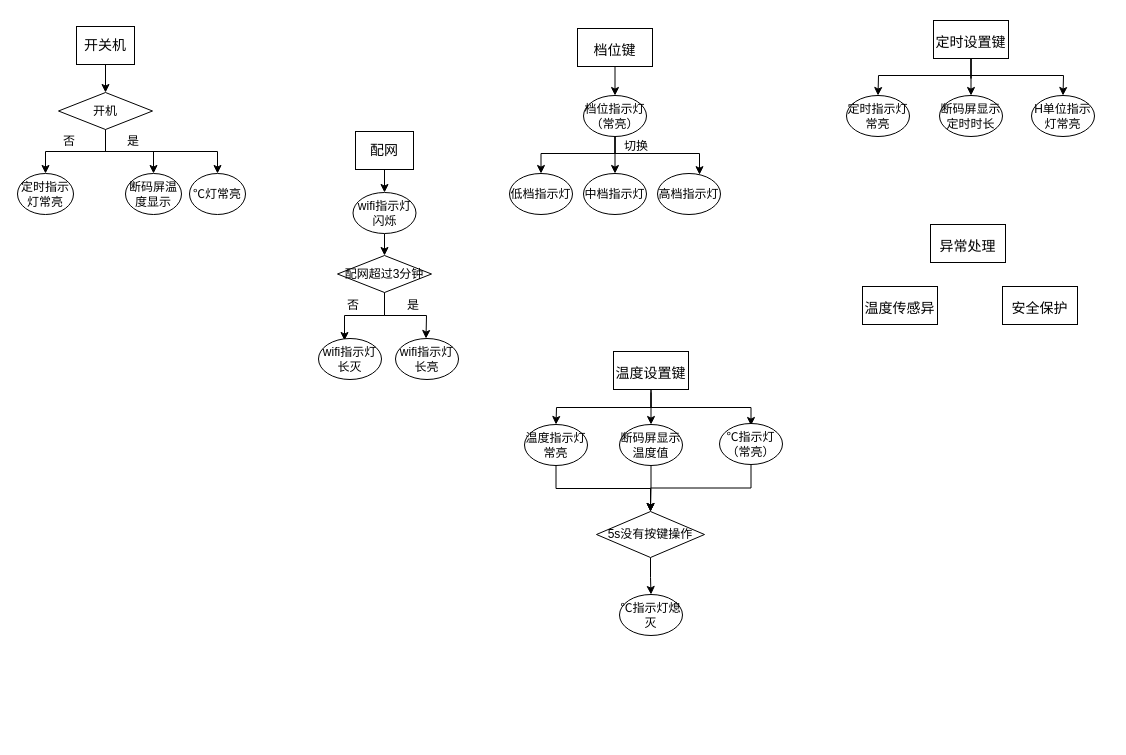
Before: led_frame.drawio in JeffYec/Jeff, a draw.io diagram. Source tidied: cells renumbered, new cells numbered last; positions are measured from the earlier drawing's top-left corner, leaving out a move shared by most shapes. Both pictures are drawn from the tidied source at 100%, with x=0, y=0 at pixel (17, 20).
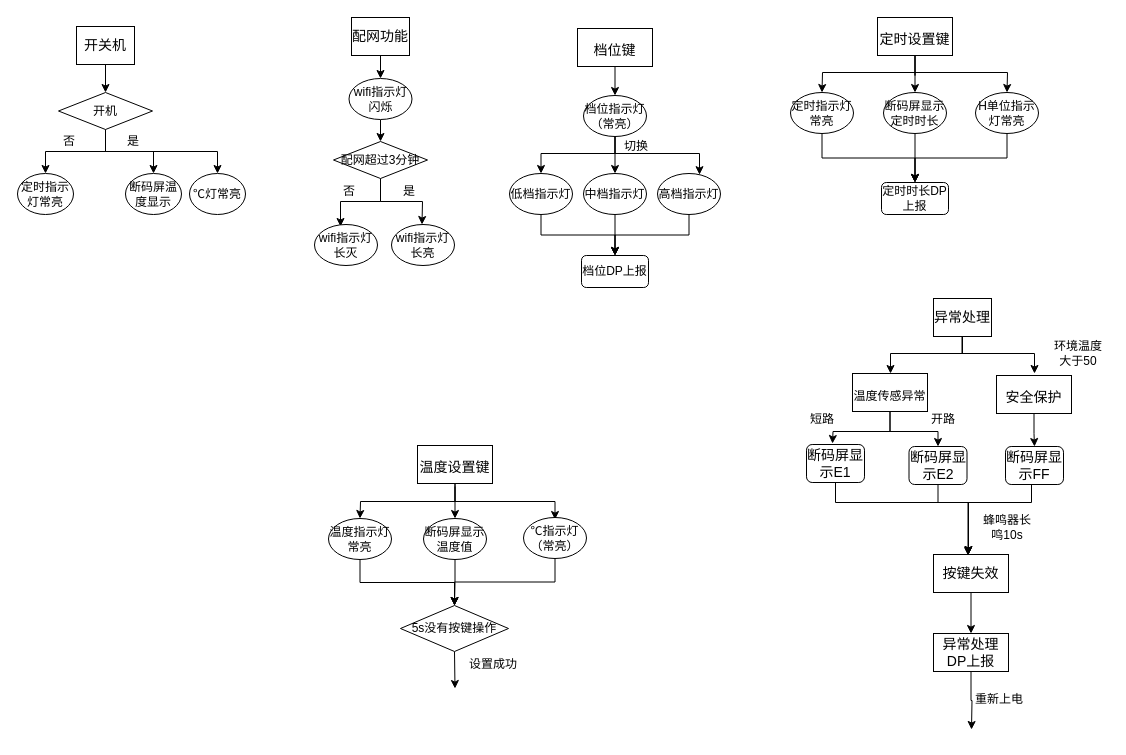
The same page after the edit.

Unchanged cells that the change refers to:
```xml
<mxCell id="25" value="低档指示灯" style="ellipse;whiteSpace=wrap;html=1;" parent="1" vertex="1">
  <mxGeometry x="492" y="153" width="63" height="41" as="geometry" />
</mxCell>
<mxCell id="26" value="中档指示灯" style="ellipse;whiteSpace=wrap;html=1;" parent="1" vertex="1">
  <mxGeometry x="566" y="153" width="63" height="41" as="geometry" />
</mxCell>
<mxCell id="27" value="高档指示灯" style="ellipse;whiteSpace=wrap;html=1;" parent="1" vertex="1">
  <mxGeometry x="640" y="153" width="63" height="41" as="geometry" />
</mxCell>
```

The edit, as a diff of the source:
```diff
@@
     <mxCell id="6" style="edgeStyle=orthogonalEdgeStyle;rounded=0;jettySize=auto;html=1;" parent="1" edge="1" source="9" target="30">
       <mxGeometry relative="1" as="geometry">
         <Array as="points">
-          <mxPoint x="634" y="387" />
-          <mxPoint x="539" y="387" />
+          <mxPoint x="438" y="481" />
+          <mxPoint x="343" y="481" />
         </Array>
       </mxGeometry>
     </mxCell>
     <mxCell id="7" style="edgeStyle=orthogonalEdgeStyle;rounded=0;orthogonalLoop=1;jettySize=auto;html=1;exitX=0.5;exitY=1;exitDx=0;exitDy=0;" parent="1" edge="1">
       <mxGeometry relative="1" as="geometry">
-        <mxPoint x="633.5" y="372" as="sourcePoint" />
-        <mxPoint x="733.5" y="405" as="targetPoint" />
+        <mxPoint x="437.5" y="466" as="sourcePoint" />
+        <mxPoint x="537.5" y="499" as="targetPoint" />
         <Array as="points">
-          <mxPoint x="634" y="387" />
-          <mxPoint x="734" y="387" />
+          <mxPoint x="438" y="481" />
+          <mxPoint x="538" y="481" />
         </Array>
       </mxGeometry>
     </mxCell>
@@
     <mxCell id="9" value="&lt;span style=&quot;font-size: 14px&quot;&gt;温度设置键&lt;/span&gt;" style="rounded=0;whiteSpace=wrap;html=1;fontSize=24;" parent="1" vertex="1">
-      <mxGeometry x="596" y="331" width="75" height="38" as="geometry" />
+      <mxGeometry x="400" y="425" width="75" height="38" as="geometry" />
     </mxCell>
@@
     <mxCell id="11" style="edgeStyle=orthogonalEdgeStyle;rounded=0;jettySize=auto;html=1;exitX=0.5;exitY=1;exitDx=0;exitDy=0;" parent="1" edge="1" source="13" target="43">
       <mxGeometry relative="1" as="geometry">
         <Array as="points">
-          <mxPoint x="954" y="55" />
-          <mxPoint x="861" y="55" />
+          <mxPoint x="898" y="52" />
+          <mxPoint x="805" y="52" />
         </Array>
       </mxGeometry>
     </mxCell>
     <mxCell id="12" style="edgeStyle=orthogonalEdgeStyle;rounded=0;jettySize=auto;html=1;exitX=0.5;exitY=1;exitDx=0;exitDy=0;" parent="1" edge="1" source="13" target="44">
       <mxGeometry relative="1" as="geometry">
         <Array as="points">
-          <mxPoint x="954" y="55" />
-          <mxPoint x="1046" y="55" />
+          <mxPoint x="898" y="52" />
+          <mxPoint x="990" y="52" />
         </Array>
       </mxGeometry>
     </mxCell>
     <mxCell id="13" value="&lt;font style=&quot;font-size: 14px&quot;&gt;定时设置键&lt;/font&gt;" style="rounded=0;whiteSpace=wrap;html=1;fontSize=24;" parent="1" vertex="1">
-      <mxGeometry x="916" width="75" height="38" as="geometry" />
+      <mxGeometry x="860" y="-3" width="75" height="38" as="geometry" />
     </mxCell>
@@
-    <mxCell id="15" value="配网" style="rounded=0;whiteSpace=wrap;html=1;fontSize=14;" parent="1" vertex="1">
-      <mxGeometry x="338" y="111" width="58" height="38" as="geometry" />
+    <mxCell id="15" value="配网功能" style="rounded=0;whiteSpace=wrap;html=1;fontSize=14;" parent="1" vertex="1">
+      <mxGeometry x="334" y="-3" width="58" height="38" as="geometry" />
     </mxCell>
@@
     <mxCell id="17" value="wifi指示灯闪烁" style="ellipse;whiteSpace=wrap;html=1;" parent="1" vertex="1">
-      <mxGeometry x="335.5" y="172" width="63" height="41" as="geometry" />
+      <mxGeometry x="331.5" y="58" width="63" height="41" as="geometry" />
     </mxCell>
@@
     <mxCell id="19" style="edgeStyle=orthogonalEdgeStyle;rounded=0;jettySize=auto;html=1;exitX=0.5;exitY=1;exitDx=0;exitDy=0;entryX=0.5;entryY=0;entryDx=0;entryDy=0;" parent="1" edge="1" source="20">
       <mxGeometry relative="1" as="geometry">
-        <mxPoint x="408.5" y="318" as="targetPoint" />
+        <mxPoint x="404.5" y="204" as="targetPoint" />
       </mxGeometry>
     </mxCell>
     <mxCell id="20" value="配网超过3分钟" style="rhombus;whiteSpace=wrap;html=1;" parent="1" vertex="1">
-      <mxGeometry x="320" y="235" width="94" height="37" as="geometry" />
+      <mxGeometry x="316" y="121" width="94" height="37" as="geometry" />
     </mxCell>
@@
+    <mxCell id="57" style="edgeStyle=orthogonalEdgeStyle;rounded=0;jettySize=auto;html=1;exitX=0.5;exitY=1;exitDx=0;exitDy=0;entryX=0.5;entryY=0;entryDx=0;entryDy=0;fontSize=12;" parent="1" edge="1" source="25" target="80">
+      <mxGeometry relative="1" as="geometry" />
+    </mxCell>
@@
+    <mxCell id="58" style="edgeStyle=orthogonalEdgeStyle;rounded=0;jettySize=auto;html=1;exitX=0.5;exitY=1;exitDx=0;exitDy=0;entryX=0.5;entryY=0;entryDx=0;entryDy=0;fontSize=12;" parent="1" edge="1" source="26" target="80">
+      <mxGeometry relative="1" as="geometry" />
+    </mxCell>
@@
+    <mxCell id="59" style="edgeStyle=orthogonalEdgeStyle;rounded=0;jettySize=auto;html=1;exitX=0.5;exitY=1;exitDx=0;exitDy=0;fontSize=12;" parent="1" edge="1" source="27" target="80">
+      <mxGeometry relative="1" as="geometry" />
+    </mxCell>
@@
     <mxCell id="30" value="温度指示灯常亮" style="ellipse;whiteSpace=wrap;html=1;" parent="1" vertex="1">
-      <mxGeometry x="507" y="404" width="63" height="41" as="geometry" />
+      <mxGeometry x="311" y="498" width="63" height="41" as="geometry" />
     </mxCell>
@@
     <mxCell id="32" value="℃指示灯（常亮）" style="ellipse;whiteSpace=wrap;html=1;" parent="1" vertex="1">
-      <mxGeometry x="702" y="403" width="63" height="41" as="geometry" />
+      <mxGeometry x="506" y="497" width="63" height="41" as="geometry" />
     </mxCell>
     <mxCell id="33" value="wifi指示灯长灭" style="ellipse;whiteSpace=wrap;html=1;" parent="1" vertex="1">
-      <mxGeometry x="301" y="318" width="63" height="41" as="geometry" />
+      <mxGeometry x="297" y="204" width="63" height="41" as="geometry" />
     </mxCell>
     <mxCell id="34" value="wifi指示灯长亮" style="ellipse;whiteSpace=wrap;html=1;" parent="1" vertex="1">
-      <mxGeometry x="378" y="318" width="63" height="41" as="geometry" />
+      <mxGeometry x="374" y="204" width="63" height="41" as="geometry" />
     </mxCell>
     <mxCell id="35" value="否" style="text;html=1;strokeColor=none;fillColor=none;align=center;verticalAlign=middle;whiteSpace=wrap;rounded=0;" parent="1" vertex="1">
-      <mxGeometry x="306" y="270" width="60" height="30" as="geometry" />
+      <mxGeometry x="302" y="156" width="60" height="30" as="geometry" />
     </mxCell>
     <mxCell id="36" value="是" style="text;html=1;strokeColor=none;fillColor=none;align=center;verticalAlign=middle;whiteSpace=wrap;rounded=0;" parent="1" vertex="1">
-      <mxGeometry x="366" y="270" width="60" height="30" as="geometry" />
+      <mxGeometry x="362" y="156" width="60" height="30" as="geometry" />
     </mxCell>
-    <mxCell id="37" style="edgeStyle=orthogonalEdgeStyle;rounded=0;jettySize=auto;html=1;exitX=0.5;exitY=1;exitDx=0;exitDy=0;" parent="1" edge="1" source="38" target="39">
-      <mxGeometry relative="1" as="geometry" />
+    <mxCell id="37" style="edgeStyle=orthogonalEdgeStyle;rounded=0;jettySize=auto;html=1;exitX=0.5;exitY=1;exitDx=0;exitDy=0;" parent="1" edge="1" source="38">
+      <mxGeometry relative="1" as="geometry">
+        <mxPoint x="437.5" y="668" as="targetPoint" />
+      </mxGeometry>
     </mxCell>
     <mxCell id="38" value="5s没有按键操作" style="rhombus;whiteSpace=wrap;html=1;" parent="1" vertex="1">
-      <mxGeometry x="579" y="491" width="108" height="46" as="geometry" />
+      <mxGeometry x="383" y="585" width="108" height="46" as="geometry" />
     </mxCell>
-    <mxCell id="39" value="℃指示灯熄灭" style="ellipse;whiteSpace=wrap;html=1;" parent="1" vertex="1">
-      <mxGeometry x="602" y="574" width="63" height="41" as="geometry" />
-    </mxCell>
@@
     <mxCell id="41" value="断码屏显示温度值" style="ellipse;whiteSpace=wrap;html=1;" parent="1" vertex="1">
-      <mxGeometry x="602" y="404" width="63" height="41" as="geometry" />
+      <mxGeometry x="406" y="498" width="63" height="41" as="geometry" />
     </mxCell>
+    <mxCell id="60" style="edgeStyle=orthogonalEdgeStyle;rounded=0;jettySize=auto;html=1;exitX=0.5;exitY=1;exitDx=0;exitDy=0;entryX=0.5;entryY=0;entryDx=0;entryDy=0;fontSize=12;" parent="1" edge="1" source="42" target="81">
+      <mxGeometry relative="1" as="geometry" />
+    </mxCell>
     <mxCell id="42" value="断码屏显示定时时长" style="ellipse;whiteSpace=wrap;html=1;" parent="1" vertex="1">
-      <mxGeometry x="922" y="75" width="63" height="41" as="geometry" />
+      <mxGeometry x="866" y="72" width="63" height="41" as="geometry" />
     </mxCell>
+    <mxCell id="61" style="edgeStyle=orthogonalEdgeStyle;rounded=0;jettySize=auto;html=1;exitX=0.5;exitY=1;exitDx=0;exitDy=0;entryX=0.5;entryY=0;entryDx=0;entryDy=0;fontSize=12;" parent="1" edge="1" source="43" target="81">
+      <mxGeometry relative="1" as="geometry" />
+    </mxCell>
     <mxCell id="43" value="定时指示灯常亮" style="ellipse;whiteSpace=wrap;html=1;" parent="1" vertex="1">
-      <mxGeometry x="829" y="75" width="63" height="41" as="geometry" />
+      <mxGeometry x="773" y="72" width="63" height="41" as="geometry" />
     </mxCell>
+    <mxCell id="62" style="edgeStyle=orthogonalEdgeStyle;rounded=0;jettySize=auto;html=1;exitX=0.5;exitY=1;exitDx=0;exitDy=0;fontSize=12;" parent="1" edge="1" source="44" target="81">
+      <mxGeometry relative="1" as="geometry" />
+    </mxCell>
     <mxCell id="44" value="H单位指示灯常亮" style="ellipse;whiteSpace=wrap;html=1;" parent="1" vertex="1">
-      <mxGeometry x="1014" y="75" width="63" height="41" as="geometry" />
+      <mxGeometry x="958" y="72" width="63" height="41" as="geometry" />
     </mxCell>
@@
+    <mxCell id="63" style="edgeStyle=orthogonalEdgeStyle;rounded=0;jettySize=auto;html=1;" parent="1" edge="1" target="55">
+      <mxGeometry relative="1" as="geometry">
+        <mxPoint x="945" y="316" as="sourcePoint" />
+        <Array as="points">
+          <mxPoint x="945" y="333" />
+          <mxPoint x="873" y="333" />
+        </Array>
+      </mxGeometry>
+    </mxCell>
+    <mxCell id="64" style="edgeStyle=orthogonalEdgeStyle;rounded=0;orthogonalLoop=1;jettySize=auto;html=1;exitX=0.5;exitY=1;exitDx=0;exitDy=0;" parent="1" edge="1">
+      <mxGeometry relative="1" as="geometry">
+        <mxPoint x="944.5" y="315" as="sourcePoint" />
+        <mxPoint x="1017" y="353" as="targetPoint" />
+        <Array as="points">
+          <mxPoint x="945" y="333" />
+          <mxPoint x="1017" y="333" />
+        </Array>
+      </mxGeometry>
+    </mxCell>
+    <mxCell id="65" style="edgeStyle=orthogonalEdgeStyle;rounded=0;jettySize=auto;html=1;exitX=0.5;exitY=1;exitDx=0;exitDy=0;fontSize=12;" parent="1" edge="1" source="55">
+      <mxGeometry relative="1" as="geometry">
+        <mxPoint x="815" y="423" as="targetPoint" />
+      </mxGeometry>
+    </mxCell>
+    <mxCell id="66" style="edgeStyle=orthogonalEdgeStyle;rounded=0;jettySize=auto;html=1;exitX=0.5;exitY=1;exitDx=0;exitDy=0;fontSize=12;" parent="1" edge="1" source="55" target="73">
+      <mxGeometry relative="1" as="geometry" />
+    </mxCell>
+    <mxCell id="55" value="&lt;p&gt;&lt;font style=&quot;font-size: 12px&quot;&gt;温度传感异常&lt;/font&gt;&lt;br&gt;&lt;/p&gt;" style="rounded=0;whiteSpace=wrap;html=1;fontSize=24;align=center;" parent="1" vertex="1">
+      <mxGeometry x="835" y="353" width="75" height="38" as="geometry" />
+    </mxCell>
+    <mxCell id="67" style="edgeStyle=orthogonalEdgeStyle;rounded=0;jettySize=auto;html=1;fontSize=12;" parent="1" edge="1" source="56" target="75">
+      <mxGeometry relative="1" as="geometry" />
+    </mxCell>
+    <mxCell id="56" value="&lt;div&gt;&lt;span style=&quot;font-size: 14px ; line-height: 1&quot;&gt;安全保护&lt;/span&gt;&lt;/div&gt;" style="rounded=0;whiteSpace=wrap;html=1;fontSize=24;align=center;" parent="1" vertex="1">
+      <mxGeometry x="979" y="355" width="75" height="38" as="geometry" />
+    </mxCell>
+    <mxCell id="68" style="edgeStyle=orthogonalEdgeStyle;rounded=0;jettySize=auto;html=1;exitX=0.5;exitY=1;exitDx=0;exitDy=0;entryX=0.5;entryY=0;entryDx=0;entryDy=0;fontSize=12;" parent="1" edge="1" source="69" target="83">
+      <mxGeometry relative="1" as="geometry" />
+    </mxCell>
+    <mxCell id="69" value="按键失效" style="rounded=0;whiteSpace=wrap;html=1;fontSize=14;" parent="1" vertex="1">
+      <mxGeometry x="916" y="534" width="75" height="38" as="geometry" />
+    </mxCell>
+    <mxCell id="70" style="edgeStyle=orthogonalEdgeStyle;rounded=0;jettySize=auto;html=1;fontSize=12;" parent="1" edge="1" source="71" target="69">
+      <mxGeometry relative="1" as="geometry">
+        <Array as="points">
+          <mxPoint x="818" y="482" />
+          <mxPoint x="951" y="482" />
+        </Array>
+      </mxGeometry>
+    </mxCell>
+    <mxCell id="71" value="断码屏显示E1" style="rounded=1;whiteSpace=wrap;html=1;fontSize=14;shadow=0;glass=0;" parent="1" vertex="1">
+      <mxGeometry x="789" y="424" width="58" height="38" as="geometry" />
+    </mxCell>
+    <mxCell id="72" style="edgeStyle=orthogonalEdgeStyle;rounded=0;jettySize=auto;html=1;exitX=0.5;exitY=1;exitDx=0;exitDy=0;fontSize=12;" parent="1" edge="1" source="73">
+      <mxGeometry relative="1" as="geometry">
+        <mxPoint x="951" y="534" as="targetPoint" />
+        <Array as="points">
+          <mxPoint x="921" y="482" />
+          <mxPoint x="951" y="482" />
+        </Array>
+      </mxGeometry>
+    </mxCell>
+    <mxCell id="73" value="断码屏显示E2" style="rounded=1;whiteSpace=wrap;html=1;fontSize=14;" parent="1" vertex="1">
+      <mxGeometry x="891.5" y="426" width="58" height="38" as="geometry" />
+    </mxCell>
+    <mxCell id="74" style="edgeStyle=orthogonalEdgeStyle;rounded=0;orthogonalLoop=1;jettySize=auto;html=1;exitX=0.5;exitY=1;exitDx=0;exitDy=0;entryX=0.5;entryY=0;entryDx=0;entryDy=0;fontSize=12;" parent="1" edge="1">
+      <mxGeometry relative="1" as="geometry">
+        <mxPoint x="1014" y="464" as="sourcePoint" />
+        <mxPoint x="950.5" y="535" as="targetPoint" />
+        <Array as="points">
+          <mxPoint x="1014" y="482" />
+          <mxPoint x="951" y="482" />
+        </Array>
+      </mxGeometry>
+    </mxCell>
+    <mxCell id="75" value="断码屏显示FF" style="rounded=1;whiteSpace=wrap;html=1;fontSize=14;" parent="1" vertex="1">
+      <mxGeometry x="988" y="426" width="58" height="38" as="geometry" />
+    </mxCell>
+    <mxCell id="76" value="短路" style="text;html=1;strokeColor=none;fillColor=none;align=center;verticalAlign=middle;whiteSpace=wrap;rounded=0;fontSize=12;" parent="1" vertex="1">
+      <mxGeometry x="775" y="384" width="60" height="30" as="geometry" />
+    </mxCell>
+    <mxCell id="77" value="开路" style="text;html=1;strokeColor=none;fillColor=none;align=center;verticalAlign=middle;whiteSpace=wrap;rounded=0;fontSize=12;" parent="1" vertex="1">
+      <mxGeometry x="896" y="384" width="60" height="30" as="geometry" />
+    </mxCell>
+    <mxCell id="78" value="环境温度大于50" style="text;html=1;strokeColor=none;fillColor=none;align=center;verticalAlign=middle;whiteSpace=wrap;rounded=0;fontSize=12;" parent="1" vertex="1">
+      <mxGeometry x="1031" y="318" width="60" height="30" as="geometry" />
+    </mxCell>
+    <mxCell id="79" value="蜂鸣器长鸣10s" style="text;html=1;strokeColor=none;fillColor=none;align=center;verticalAlign=middle;whiteSpace=wrap;rounded=0;fontSize=12;" parent="1" vertex="1">
+      <mxGeometry x="960" y="492" width="60" height="30" as="geometry" />
+    </mxCell>
-    <mxCell id="54" value="&lt;span style=&quot;font-size: 14px&quot;&gt;异常处理&lt;/span&gt;" style="rounded=0;whiteSpace=wrap;html=1;fontSize=24;" parent="1" vertex="1">
-      <mxGeometry x="913" y="204" width="75" height="38" as="geometry" />
+    <mxCell id="54" value="异常处理" style="rounded=0;whiteSpace=wrap;html=1;fontSize=14;" parent="1" vertex="1">
+      <mxGeometry x="916" y="278" width="58" height="38" as="geometry" />
     </mxCell>
-    <mxCell id="55" value="&lt;div&gt;&lt;span style=&quot;font-size: 14px ; line-height: 1&quot;&gt;温度传感异&lt;/span&gt;&lt;/div&gt;" style="rounded=0;whiteSpace=wrap;html=1;fontSize=24;align=center;" parent="1" vertex="1">
-      <mxGeometry x="845" y="266" width="75" height="38" as="geometry" />
-    </mxCell>
-    <mxCell id="56" value="&lt;div&gt;&lt;span style=&quot;font-size: 14px ; line-height: 1&quot;&gt;安全保护&lt;/span&gt;&lt;/div&gt;" style="rounded=0;whiteSpace=wrap;html=1;fontSize=24;align=center;" parent="1" vertex="1">
-      <mxGeometry x="985" y="266" width="75" height="38" as="geometry" />
-    </mxCell>
+    <mxCell id="80" value="档位DP上报" style="rounded=1;whiteSpace=wrap;html=1;fontSize=12;" parent="1" vertex="1">
+      <mxGeometry x="564" y="235" width="67" height="32" as="geometry" />
+    </mxCell>
+    <mxCell id="81" value="定时时长DP上报" style="rounded=1;whiteSpace=wrap;html=1;fontSize=12;" parent="1" vertex="1">
+      <mxGeometry x="864" y="162" width="67" height="32" as="geometry" />
+    </mxCell>
+    <mxCell id="82" style="edgeStyle=orthogonalEdgeStyle;rounded=0;jettySize=auto;html=1;exitX=0.5;exitY=1;exitDx=0;exitDy=0;fontSize=12;" parent="1" edge="1" source="83">
+      <mxGeometry relative="1" as="geometry">
+        <mxPoint x="954" y="709" as="targetPoint" />
+      </mxGeometry>
+    </mxCell>
+    <mxCell id="83" value="异常处理DP上报" style="rounded=0;whiteSpace=wrap;html=1;fontSize=14;" parent="1" vertex="1">
+      <mxGeometry x="916" y="613" width="75" height="38" as="geometry" />
+    </mxCell>
+    <mxCell id="84" value="重新上电" style="text;html=1;strokeColor=none;fillColor=none;align=center;verticalAlign=middle;whiteSpace=wrap;rounded=0;shadow=0;glass=0;fontSize=12;" parent="1" vertex="1">
+      <mxGeometry x="952" y="664" width="60" height="30" as="geometry" />
+    </mxCell>
+    <mxCell id="85" value="设置成功" style="text;html=1;strokeColor=none;fillColor=none;align=center;verticalAlign=middle;whiteSpace=wrap;rounded=0;shadow=0;glass=0;fontSize=12;" parent="1" vertex="1">
+      <mxGeometry x="446" y="629" width="60" height="30" as="geometry" />
+    </mxCell>
```
